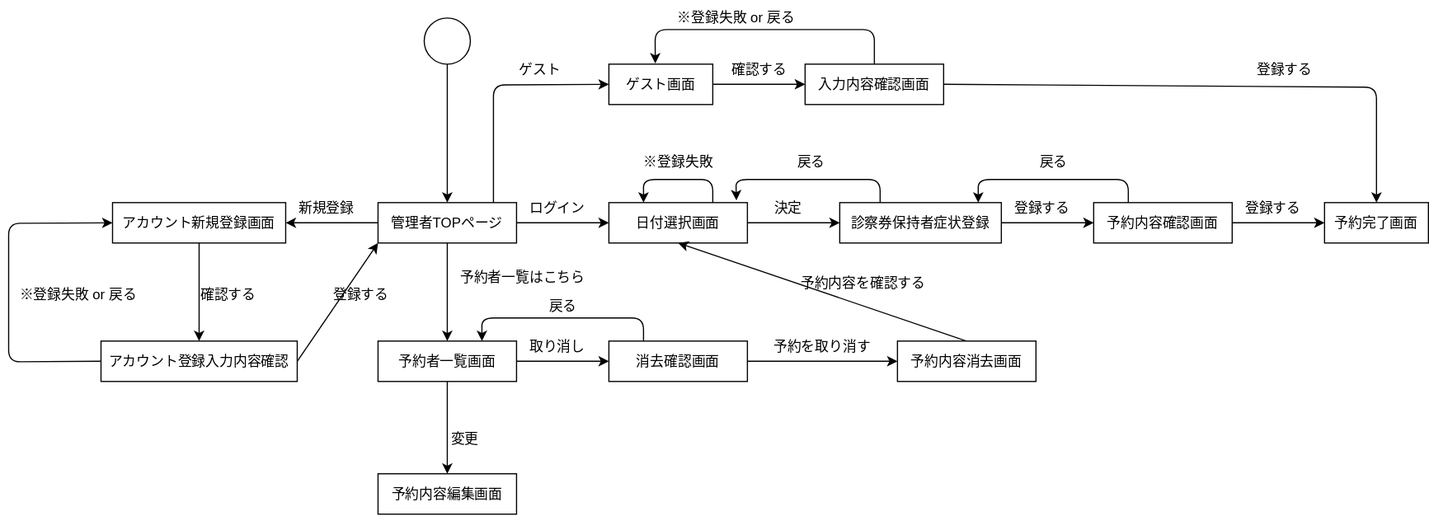
Above: pja.drawio.svg in sakamotoshuri/uml_introduction (draw.io), before the change. Source tidied: cells renumbered, new cells last; positions are measured from the earlier drawing's top-left corner, leaving out a move shared by most shapes.
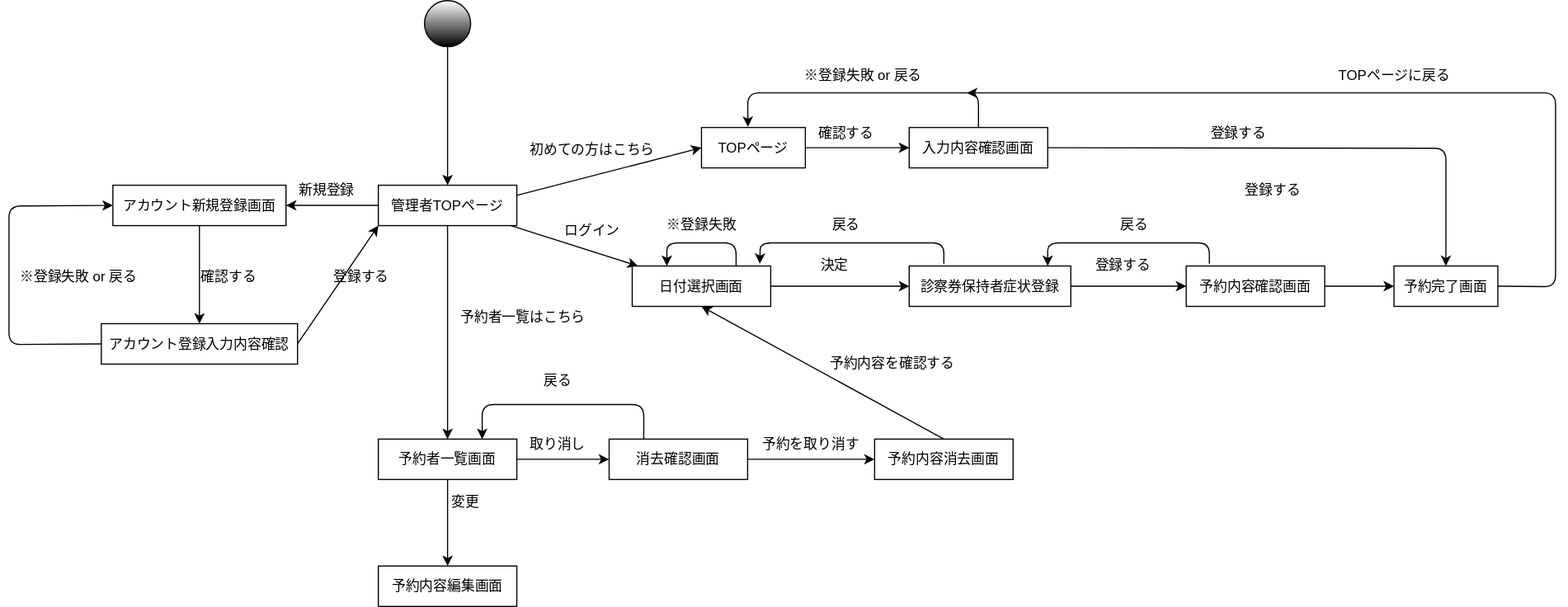
After the change.

The edit, as a diff of the source:
```diff
@@ -5,7 +5,7 @@
     <mxCell id="2" style="edgeStyle=none;html=1;" parent="1" edge="1" source="3" target="8">
       <mxGeometry relative="1" as="geometry" />
     </mxCell>
-    <mxCell id="3" style="ellipse;whiteSpace=wrap;html=1;" parent="1" vertex="1">
+    <mxCell id="3" style="ellipse;whiteSpace=wrap;html=1;gradientColor=#000000;" parent="1" vertex="1">
       <mxGeometry x="360" y="15" width="40" height="40" as="geometry" />
     </mxCell>
     <mxCell id="4" style="edgeStyle=none;html=1;" parent="1" edge="1" source="8" target="11">
@@ -17,13 +17,8 @@
     <mxCell id="6" style="edgeStyle=none;html=1;" parent="1" edge="1" source="8" target="33">
       <mxGeometry relative="1" as="geometry" />
     </mxCell>
-    <mxCell id="7" style="edgeStyle=none;html=1;entryX=0;entryY=0.5;entryDx=0;entryDy=0;" parent="1" edge="1" target="51">
-      <mxGeometry relative="1" as="geometry">
-        <mxPoint x="420" y="175" as="sourcePoint" />
-        <Array as="points">
-          <mxPoint x="420" y="73" />
-        </Array>
-      </mxGeometry>
+    <mxCell id="7" style="edgeStyle=none;html=1;entryX=0;entryY=0.5;entryDx=0;entryDy=0;exitX=1;exitY=0.25;exitDx=0;exitDy=0;" parent="1" edge="1" source="8" target="51">
+      <mxGeometry relative="1" as="geometry" />
     </mxCell>
     <mxCell id="8" value="管理者TOPページ" style="whiteSpace=wrap;html=1;" parent="1" vertex="1">
       <mxGeometry x="320" y="175" width="120" height="35" as="geometry" />
@@ -34,53 +29,63 @@
     <mxCell id="10" style="edgeStyle=none;html=1;exitX=0.75;exitY=0;exitDx=0;exitDy=0;entryX=0.25;entryY=0;entryDx=0;entryDy=0;" parent="1" edge="1" source="11" target="11">
       <mxGeometry relative="1" as="geometry">
         <Array as="points">
-          <mxPoint x="610" y="155" />
-          <mxPoint x="550" y="155" />
+          <mxPoint x="630" y="225" />
+          <mxPoint x="570" y="225" />
         </Array>
       </mxGeometry>
     </mxCell>
     <mxCell id="11" value="日付選択画面" style="whiteSpace=wrap;html=1;" parent="1" vertex="1">
-      <mxGeometry x="520" y="175" width="120" height="35" as="geometry" />
+      <mxGeometry x="540" y="245" width="120" height="35" as="geometry" />
     </mxCell>
     <mxCell id="12" style="edgeStyle=none;html=1;" parent="1" edge="1" source="14" target="19">
       <mxGeometry relative="1" as="geometry" />
     </mxCell>
-    <mxCell id="13" style="edgeStyle=none;html=1;exitX=0.25;exitY=0;exitDx=0;exitDy=0;entryX=0.921;entryY=-0.055;entryDx=0;entryDy=0;entryPerimeter=0;" parent="1" edge="1" source="14" target="11">
+    <mxCell id="13" style="edgeStyle=none;html=1;entryX=0.921;entryY=-0.055;entryDx=0;entryDy=0;entryPerimeter=0;" parent="1" edge="1" target="11">
       <mxGeometry relative="1" as="geometry">
+        <mxPoint x="810" y="243" as="sourcePoint" />
         <Array as="points">
-          <mxPoint x="755" y="155" />
-          <mxPoint x="630" y="155" />
+          <mxPoint x="810" y="225" />
+          <mxPoint x="651" y="225" />
         </Array>
       </mxGeometry>
     </mxCell>
     <mxCell id="14" value="診察券保持者症状登録" style="whiteSpace=wrap;html=1;" parent="1" vertex="1">
-      <mxGeometry x="720" y="175" width="140" height="35" as="geometry" />
+      <mxGeometry x="780" y="245" width="140" height="35" as="geometry" />
     </mxCell>
     <mxCell id="15" value="ログイン" style="text;html=1;align=center;verticalAlign=middle;strokeColor=none;fillColor=none;" parent="1" vertex="1">
-      <mxGeometry x="440" y="165" width="70" height="30" as="geometry" />
+      <mxGeometry x="470" y="200" width="70" height="30" as="geometry" />
     </mxCell>
     <mxCell id="16" value="決定" style="text;html=1;align=center;verticalAlign=middle;strokeColor=none;fillColor=none;" parent="1" vertex="1">
-      <mxGeometry x="650" y="165" width="50" height="30" as="geometry" />
+      <mxGeometry x="690" y="230" width="50" height="30" as="geometry" />
     </mxCell>
     <mxCell id="17" style="edgeStyle=none;html=1;" parent="1" edge="1" source="19" target="21">
       <mxGeometry relative="1" as="geometry" />
     </mxCell>
-    <mxCell id="18" style="edgeStyle=none;html=1;exitX=0.25;exitY=0;exitDx=0;exitDy=0;entryX=0.857;entryY=0;entryDx=0;entryDy=0;entryPerimeter=0;" parent="1" edge="1" source="19" target="14">
+    <mxCell id="18" style="edgeStyle=none;html=1;exitX=0.167;exitY=-0.057;exitDx=0;exitDy=0;entryX=0.857;entryY=0;entryDx=0;entryDy=0;entryPerimeter=0;exitPerimeter=0;" parent="1" edge="1" source="19" target="14">
       <mxGeometry relative="1" as="geometry">
         <Array as="points">
-          <mxPoint x="970" y="155" />
-          <mxPoint x="840" y="155" />
+          <mxPoint x="1040" y="225" />
+          <mxPoint x="900" y="225" />
         </Array>
       </mxGeometry>
     </mxCell>
     <mxCell id="19" value="予約内容確認画面" style="whiteSpace=wrap;html=1;" parent="1" vertex="1">
-      <mxGeometry x="940" y="175" width="120" height="35" as="geometry" />
+      <mxGeometry x="1020" y="245" width="120" height="35" as="geometry" />
     </mxCell>
     <mxCell id="20" value="登録する" style="text;html=1;align=center;verticalAlign=middle;strokeColor=none;fillColor=none;" parent="1" vertex="1">
-      <mxGeometry x="860" y="165" width="70" height="30" as="geometry" />
+      <mxGeometry x="930" y="230" width="70" height="30" as="geometry" />
     </mxCell>
+    <mxCell id="59" style="edgeStyle=none;html=1;exitX=1;exitY=0.5;exitDx=0;exitDy=0;" parent="1" edge="1" source="21">
+      <mxGeometry relative="1" as="geometry">
+        <mxPoint x="830" y="95" as="targetPoint" />
+        <Array as="points">
+          <mxPoint x="1340" y="263" />
+          <mxPoint x="1340" y="95" />
+        </Array>
+      </mxGeometry>
+    </mxCell>
     <mxCell id="21" value="予約完了画面" style="whiteSpace=wrap;html=1;" parent="1" vertex="1">
-      <mxGeometry x="1140" y="175" width="90" height="35" as="geometry" />
+      <mxGeometry x="1200" y="245" width="90" height="35" as="geometry" />
     </mxCell>
     <mxCell id="22" value="登録する" style="text;html=1;align=center;verticalAlign=middle;strokeColor=none;fillColor=none;" parent="1" vertex="1">
       <mxGeometry x="1060" y="165" width="70" height="30" as="geometry" />
@@ -121,10 +126,10 @@
       <mxGeometry relative="1" as="geometry" />
     </mxCell>
     <mxCell id="33" value="予約者一覧画面" style="whiteSpace=wrap;html=1;" parent="1" vertex="1">
-      <mxGeometry x="320" y="295" width="120" height="35" as="geometry" />
+      <mxGeometry x="320" y="395" width="120" height="35" as="geometry" />
     </mxCell>
     <mxCell id="34" value="予約者一覧はこちら" style="text;html=1;align=center;verticalAlign=middle;strokeColor=none;fillColor=none;" parent="1" vertex="1">
-      <mxGeometry x="380" y="225" width="130" height="30" as="geometry" />
+      <mxGeometry x="380" y="275" width="130" height="30" as="geometry" />
     </mxCell>
     <mxCell id="35" style="edgeStyle=none;html=1;" parent="1" edge="1" source="37" target="40">
       <mxGeometry relative="1" as="geometry" />
@@ -132,85 +137,89 @@
     <mxCell id="36" style="edgeStyle=none;html=1;exitX=0.25;exitY=0;exitDx=0;exitDy=0;entryX=0.75;entryY=0;entryDx=0;entryDy=0;" parent="1" edge="1" source="37" target="33">
       <mxGeometry relative="1" as="geometry">
         <Array as="points">
-          <mxPoint x="550" y="275" />
-          <mxPoint x="410" y="275" />
+          <mxPoint x="550" y="365" />
+          <mxPoint x="480" y="365" />
+          <mxPoint x="410" y="365" />
         </Array>
       </mxGeometry>
     </mxCell>
     <mxCell id="37" value="消去確認画面" style="whiteSpace=wrap;html=1;" parent="1" vertex="1">
-      <mxGeometry x="520" y="295" width="120" height="35" as="geometry" />
+      <mxGeometry x="520" y="395" width="120" height="35" as="geometry" />
     </mxCell>
     <mxCell id="38" value="取り消し" style="text;html=1;align=center;verticalAlign=middle;strokeColor=none;fillColor=none;" parent="1" vertex="1">
-      <mxGeometry x="440" y="285" width="70" height="30" as="geometry" />
+      <mxGeometry x="440" y="385" width="70" height="30" as="geometry" />
     </mxCell>
     <mxCell id="39" style="edgeStyle=none;html=1;exitX=0.5;exitY=0;exitDx=0;exitDy=0;entryX=0.5;entryY=1;entryDx=0;entryDy=0;" parent="1" edge="1" source="40" target="11">
       <mxGeometry relative="1" as="geometry" />
     </mxCell>
     <mxCell id="40" value="予約内容消去画面" style="whiteSpace=wrap;html=1;" parent="1" vertex="1">
-      <mxGeometry x="770" y="295" width="120" height="35" as="geometry" />
+      <mxGeometry x="750" y="395" width="120" height="35" as="geometry" />
     </mxCell>
     <mxCell id="41" value="予約を取り消す" style="text;strokeColor=none;align=center;fillColor=none;html=1;verticalAlign=middle;whiteSpace=wrap;rounded=0;" parent="1" vertex="1">
-      <mxGeometry x="660" y="285" width="90" height="30" as="geometry" />
+      <mxGeometry x="650" y="385" width="90" height="30" as="geometry" />
     </mxCell>
     <mxCell id="42" value="予約内容を確認する" style="text;html=1;align=center;verticalAlign=middle;strokeColor=none;fillColor=none;" parent="1" vertex="1">
-      <mxGeometry x="675" y="230" width="130" height="30" as="geometry" />
+      <mxGeometry x="700" y="315" width="130" height="30" as="geometry" />
     </mxCell>
     <mxCell id="43" value="予約内容編集画面" style="whiteSpace=wrap;html=1;" parent="1" vertex="1">
-      <mxGeometry x="320" y="410" width="120" height="35" as="geometry" />
+      <mxGeometry x="320" y="505" width="120" height="35" as="geometry" />
     </mxCell>
     <mxCell id="44" value="変更" style="text;html=1;align=center;verticalAlign=middle;strokeColor=none;fillColor=none;" parent="1" vertex="1">
-      <mxGeometry x="370" y="365" width="50" height="30" as="geometry" />
+      <mxGeometry x="370" y="435" width="50" height="30" as="geometry" />
     </mxCell>
     <mxCell id="45" value="※登録失敗 or 戻る" style="text;html=1;align=center;verticalAlign=middle;strokeColor=none;fillColor=none;" parent="1" vertex="1">
       <mxGeometry y="240" width="120" height="30" as="geometry" />
     </mxCell>
     <mxCell id="46" value="※登録失敗" style="text;html=1;align=center;verticalAlign=middle;strokeColor=none;fillColor=none;" parent="1" vertex="1">
-      <mxGeometry x="540" y="125" width="80" height="30" as="geometry" />
+      <mxGeometry x="560" y="195" width="80" height="30" as="geometry" />
     </mxCell>
     <mxCell id="47" value="戻る" style="text;html=1;align=center;verticalAlign=middle;strokeColor=none;fillColor=none;" parent="1" vertex="1">
-      <mxGeometry x="670" y="125" width="50" height="30" as="geometry" />
+      <mxGeometry x="700" y="195" width="50" height="30" as="geometry" />
     </mxCell>
     <mxCell id="48" value="戻る" style="text;html=1;align=center;verticalAlign=middle;strokeColor=none;fillColor=none;" parent="1" vertex="1">
-      <mxGeometry x="880" y="125" width="50" height="30" as="geometry" />
+      <mxGeometry x="950" y="195" width="50" height="30" as="geometry" />
     </mxCell>
     <mxCell id="49" value="戻る" style="text;html=1;align=center;verticalAlign=middle;strokeColor=none;fillColor=none;" parent="1" vertex="1">
-      <mxGeometry x="455" y="250" width="50" height="30" as="geometry" />
+      <mxGeometry x="450" y="330" width="50" height="30" as="geometry" />
     </mxCell>
     <mxCell id="50" style="edgeStyle=none;html=1;" parent="1" edge="1" source="51" target="55">
       <mxGeometry relative="1" as="geometry" />
     </mxCell>
-    <mxCell id="51" value="ゲスト画面" style="whiteSpace=wrap;html=1;" parent="1" vertex="1">
-      <mxGeometry x="520" y="55" width="90" height="35" as="geometry" />
+    <mxCell id="51" value="TOPページ" style="whiteSpace=wrap;html=1;" parent="1" vertex="1">
+      <mxGeometry x="600" y="125" width="90" height="35" as="geometry" />
     </mxCell>
-    <mxCell id="52" value="ゲスト" style="text;html=1;align=center;verticalAlign=middle;strokeColor=none;fillColor=none;" parent="1" vertex="1">
-      <mxGeometry x="430" y="45" width="60" height="30" as="geometry" />
+    <mxCell id="52" value="初めての方はこちら" style="text;html=1;align=center;verticalAlign=middle;strokeColor=none;fillColor=none;" parent="1" vertex="1">
+      <mxGeometry x="440" y="130" width="130" height="30" as="geometry" />
     </mxCell>
     <mxCell id="53" style="edgeStyle=none;html=1;exitX=1;exitY=0.5;exitDx=0;exitDy=0;entryX=0.5;entryY=0;entryDx=0;entryDy=0;" parent="1" edge="1" source="55" target="21">
       <mxGeometry relative="1" as="geometry">
         <Array as="points">
-          <mxPoint x="1185" y="75" />
+          <mxPoint x="1245" y="143" />
         </Array>
       </mxGeometry>
     </mxCell>
     <mxCell id="54" style="edgeStyle=none;html=1;exitX=0.5;exitY=0;exitDx=0;exitDy=0;entryX=0.447;entryY=-0.017;entryDx=0;entryDy=0;entryPerimeter=0;" parent="1" edge="1" source="55" target="51">
       <mxGeometry relative="1" as="geometry">
         <Array as="points">
-          <mxPoint x="750" y="25" />
-          <mxPoint x="560" y="25" />
+          <mxPoint x="840" y="95" />
+          <mxPoint x="640" y="95" />
         </Array>
       </mxGeometry>
     </mxCell>
     <mxCell id="55" value="入力内容確認画面" style="whiteSpace=wrap;html=1;" parent="1" vertex="1">
-      <mxGeometry x="690" y="55" width="120" height="35" as="geometry" />
+      <mxGeometry x="780" y="125" width="120" height="35" as="geometry" />
     </mxCell>
     <mxCell id="56" value="確認する" style="text;html=1;align=center;verticalAlign=middle;strokeColor=none;fillColor=none;" parent="1" vertex="1">
-      <mxGeometry x="615" y="45" width="70" height="30" as="geometry" />
+      <mxGeometry x="690" y="115" width="70" height="30" as="geometry" />
     </mxCell>
     <mxCell id="57" value="登録する" style="text;html=1;align=center;verticalAlign=middle;strokeColor=none;fillColor=none;" parent="1" vertex="1">
-      <mxGeometry x="1070" y="45" width="70" height="30" as="geometry" />
+      <mxGeometry x="1030" y="115" width="70" height="30" as="geometry" />
     </mxCell>
     <mxCell id="58" value="※登録失敗 or 戻る" style="text;html=1;align=center;verticalAlign=middle;strokeColor=none;fillColor=none;" parent="1" vertex="1">
-      <mxGeometry x="570" width="120" height="30" as="geometry" />
+      <mxGeometry x="680" y="65" width="120" height="30" as="geometry" />
     </mxCell>
+    <mxCell id="60" value="TOPページに戻る" style="text;html=1;align=center;verticalAlign=middle;strokeColor=none;fillColor=none;" parent="1" vertex="1">
+      <mxGeometry x="1140" y="65" width="120" height="30" as="geometry" />
+    </mxCell>
   </root>
 </mxGraphModel>
```
